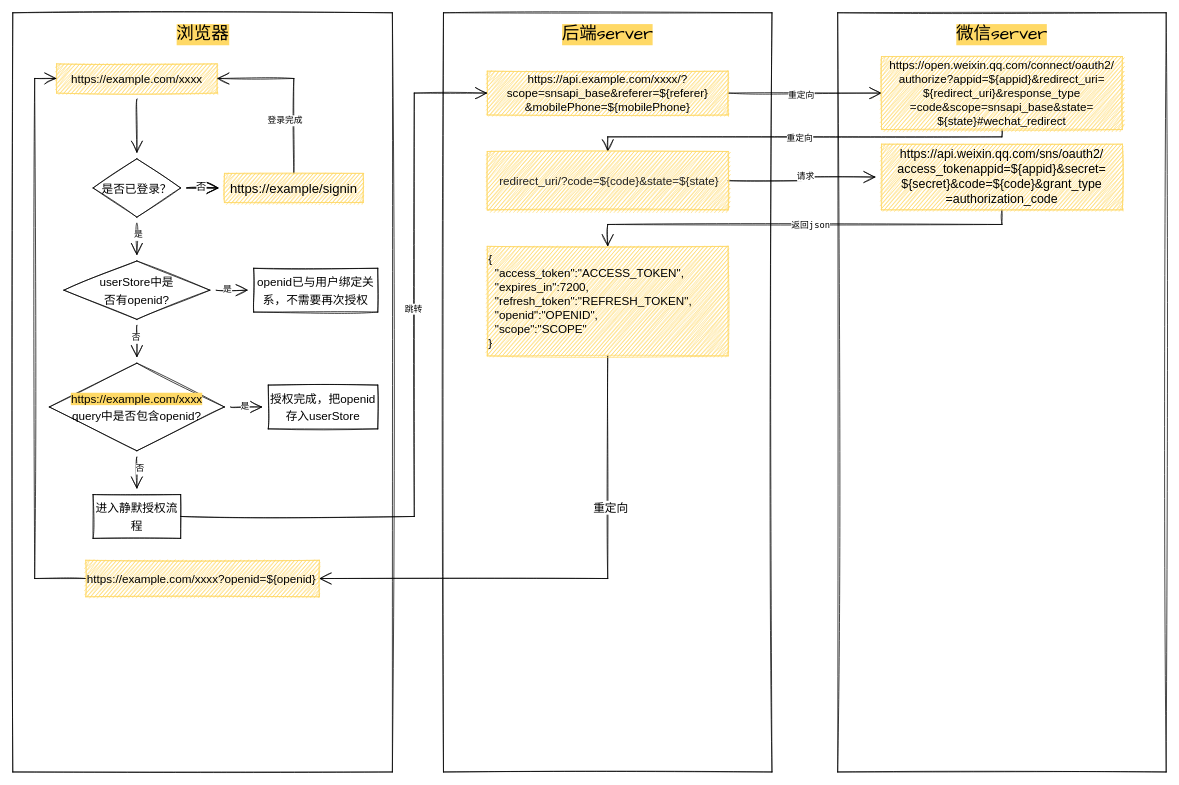
This is snsapiBaseWxAuth.drawio from nikolausliu/drawio-repo, a draw.io file, before an edit. Source tidied: cells renumbered, new cells numbered last; positions are measured from the earlier drawing's top-left corner, leaving out a move shared by most shapes. Both pictures are drawn from the tidied source at 73%, with x=0, y=0 at pixel (12, 12).
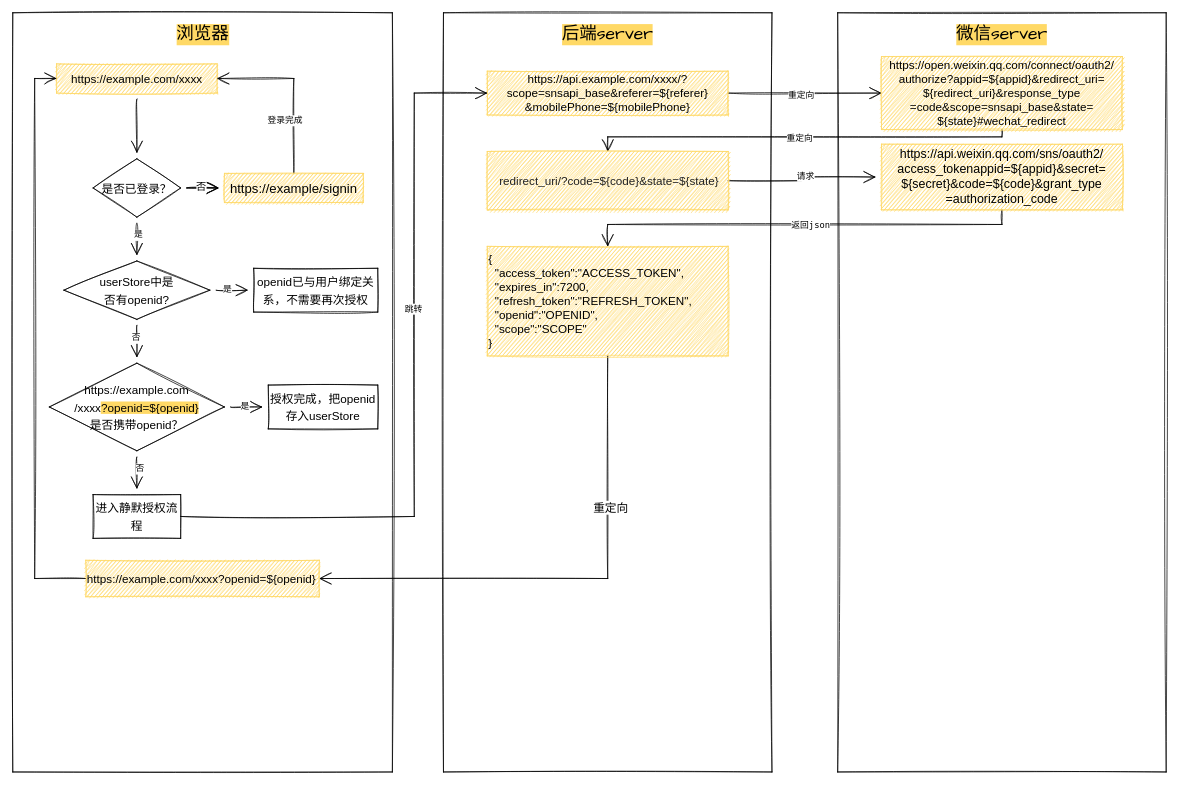
After the change.

Unchanged cells that the change refers to:
```xml
<mxCell id="20" style="group;" parent="1" vertex="1">
  <mxGeometry x="50" y="70" width="460" height="630" as="geometry" />
</mxCell>
```

Diff of the diagram source:
```diff
@@
-    <mxCell id="36" value="&lt;span style=&quot;font-size: 16px; line-height: 1;&quot;&gt;&lt;font face=&quot;Helvetica&quot;&gt;&lt;font style=&quot;font-size: 16px;&quot;&gt;&lt;span style=&quot;background-color: rgb(255, 217, 102);&quot;&gt;https://example.com/xxxx&lt;/span&gt;&lt;br&gt;&lt;/font&gt;query中是否包含openid?&lt;/font&gt;&lt;br&gt;&lt;/span&gt;" style="rhombus;whiteSpace=wrap;html=1;fontSize=20;fontFamily=Architects Daughter;rounded=0;sketch=1;hachureGap=4;" parent="20" vertex="1">
+    <mxCell id="36" value="&lt;span style=&quot;font-size: 16px; line-height: 1;&quot;&gt;&lt;font face=&quot;Helvetica&quot;&gt;&lt;font style=&quot;font-size: 16px;&quot;&gt;https://example.com&lt;br&gt;/xxxx&lt;span style=&quot;background-color: rgb(255, 217, 102);&quot;&gt;?openid=${openid}&lt;br&gt;&lt;/span&gt;&lt;/font&gt;是否携带openid？&lt;/font&gt;&lt;br&gt;&lt;/span&gt;" style="rhombus;whiteSpace=wrap;html=1;fontSize=20;fontFamily=Architects Daughter;rounded=0;sketch=1;hachureGap=4;" parent="20" vertex="1">
       <mxGeometry y="410" width="240" height="120" as="geometry" />
     </mxCell>
```
